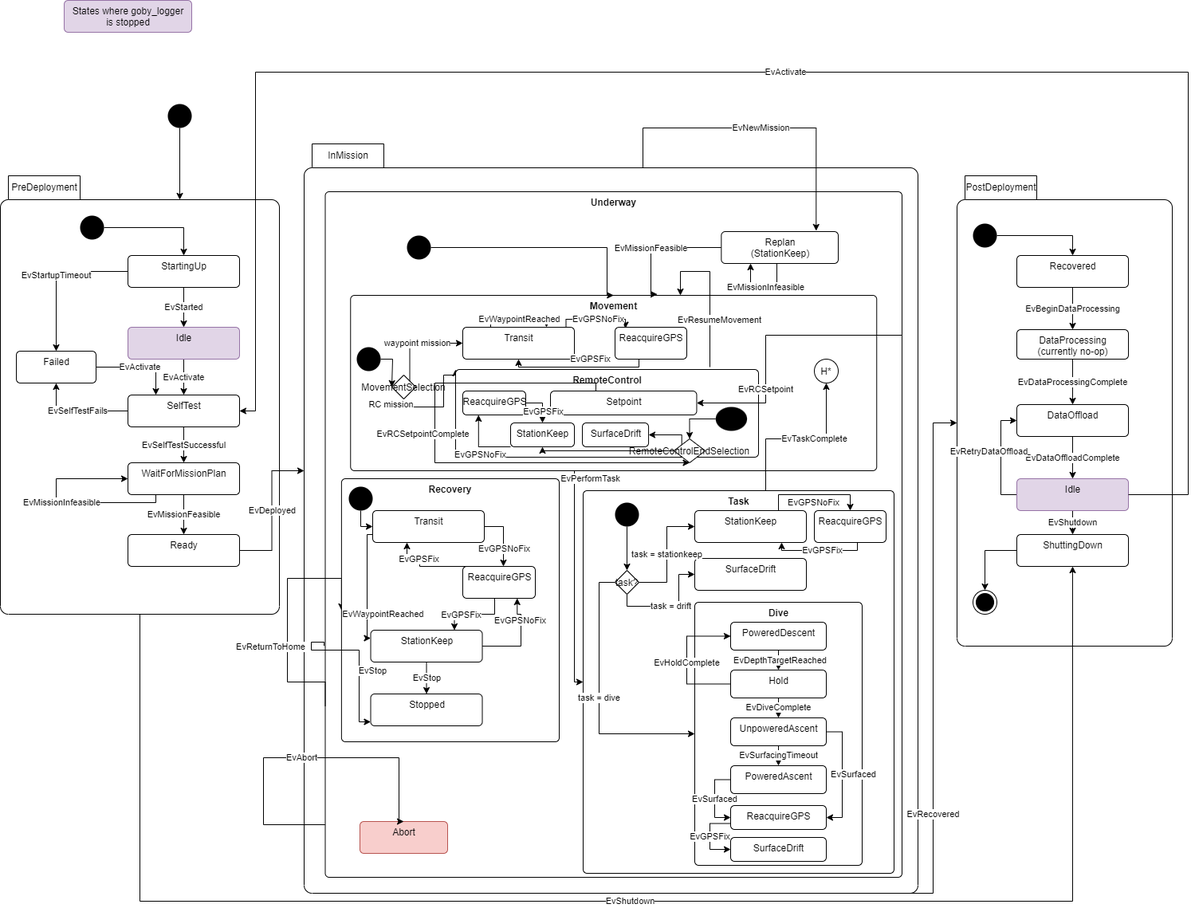
Earlier version of the draw.io export src/doc/figures/mission-states.png (jaiarobotics/jaiabot). Source tidied: cells renumbered, new cells last; positions are measured from the earlier drawing's top-left corner, leaving out a move shared by most shapes.
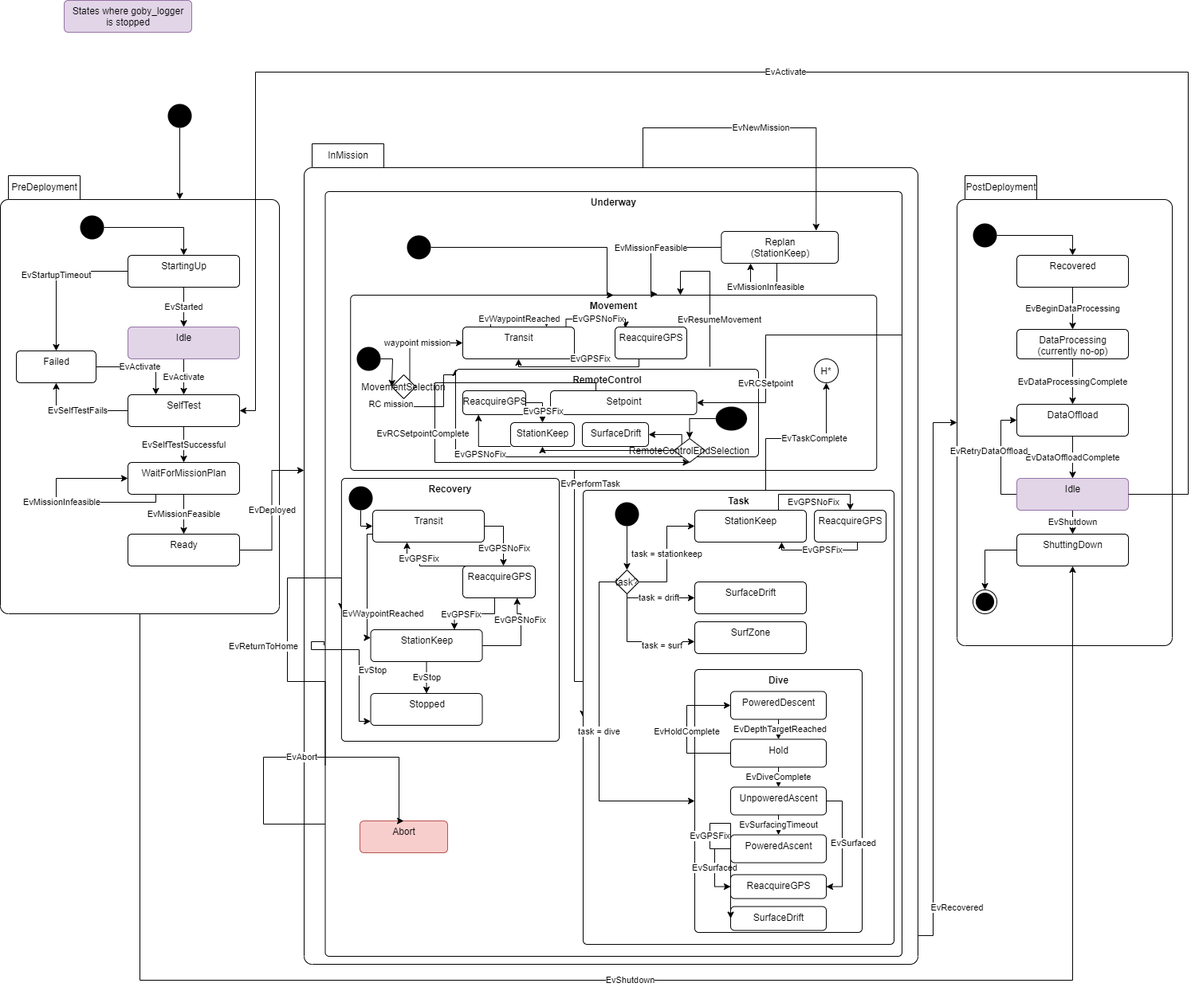
Above is the later version.

Commit message:
Updated mission state figure to include surf zone task

Diff of the diagram source:
```diff
@@ -118,20 +118,21 @@
       <mxGeometry relative="1" as="geometry" />
     </mxCell>
     <mxCell id="36" style="group;" parent="1" vertex="1">
-      <mxGeometry x="401" y="280" width="830" height="840" as="geometry" />
+      <mxGeometry x="401" y="280" width="830" height="930" as="geometry" />
     </mxCell>
     <mxCell id="37" value="InMission" style="shape=folder;align=center;verticalAlign=middle;fontStyle=0;tabWidth=100;tabHeight=30;tabPosition=left;html=1;boundedLbl=1;labelInHeader=1;rounded=1;absoluteArcSize=1;arcSize=10;" parent="36" vertex="1">
-      <mxGeometry x="-20" y="-100" width="770" height="940" as="geometry" />
+      <mxGeometry x="-20" y="-100" width="770" height="1030" as="geometry" />
     </mxCell>
     <mxCell id="38" value="&lt;b&gt;Underway&lt;/b&gt;" style="html=1;align=center;verticalAlign=top;rounded=1;absoluteArcSize=1;arcSize=10;dashed=0;" parent="36" vertex="1">
-      <mxGeometry x="6.5" y="-40" width="723.5" height="860" as="geometry" />
+      <mxGeometry x="6.5" y="-40" width="723.5" height="960" as="geometry" />
     </mxCell>
     <mxCell id="39" value="EvReturnToHome" style="edgeStyle=orthogonalEdgeStyle;rounded=0;jettySize=auto;html=1;entryX=0;entryY=0.5;entryDx=0;entryDy=0;exitX=0;exitY=0.75;exitDx=0;exitDy=0;" parent="36" edge="1" source="38" target="44">
-      <mxGeometry x="-0.23" y="21" relative="1" as="geometry">
+      <mxGeometry x="0.01" y="30" relative="1" as="geometry">
         <Array as="points">
           <mxPoint x="-41" y="575" />
           <mxPoint x="-41" y="445" />
         </Array>
+        <mxPoint y="1" as="offset" />
       </mxGeometry>
     </mxCell>
     <mxCell id="40" value="&lt;b&gt;Movement&lt;/b&gt;" style="html=1;align=center;verticalAlign=top;rounded=1;absoluteArcSize=1;arcSize=10;dashed=0;" parent="36" vertex="1">
@@ -225,19 +226,19 @@
       <mxGeometry x="620" y="170" width="30" height="30" as="geometry" />
     </mxCell>
     <mxCell id="59" style="group;" parent="36" vertex="1">
-      <mxGeometry x="330" y="335" width="390" height="480" as="geometry" />
+      <mxGeometry x="330" y="335" width="390" height="570" as="geometry" />
     </mxCell>
     <mxCell id="60" value="&lt;b&gt;Task&lt;/b&gt;" style="html=1;align=center;verticalAlign=top;rounded=1;absoluteArcSize=1;arcSize=10;dashed=0;" parent="59" vertex="1">
-      <mxGeometry width="390" height="480" as="geometry" />
+      <mxGeometry width="390" height="570" as="geometry" />
     </mxCell>
     <mxCell id="61" value="StationKeep" style="html=1;align=center;verticalAlign=top;rounded=1;absoluteArcSize=1;arcSize=10;dashed=0;" parent="59" vertex="1">
       <mxGeometry x="140" y="25" width="140" height="40" as="geometry" />
     </mxCell>
     <mxCell id="62" value="&lt;b&gt;Dive&lt;/b&gt;" style="html=1;align=center;verticalAlign=top;rounded=1;absoluteArcSize=1;arcSize=10;dashed=0;" parent="59" vertex="1">
-      <mxGeometry x="140" y="140" width="210" height="330" as="geometry" />
+      <mxGeometry x="140" y="225" width="210" height="330" as="geometry" />
     </mxCell>
     <mxCell id="63" value="SurfaceDrift" style="html=1;align=center;verticalAlign=top;rounded=1;absoluteArcSize=1;arcSize=10;dashed=0;" parent="59" vertex="1">
-      <mxGeometry x="140" y="85" width="140" height="40" as="geometry" />
+      <mxGeometry x="140" y="115" width="140" height="40" as="geometry" />
     </mxCell>
     <mxCell id="64" value="task = stationkeep" style="edgeStyle=orthogonalEdgeStyle;rounded=0;jettySize=auto;html=1;entryX=0;entryY=0.5;entryDx=0;entryDy=0;" parent="59" edge="1" source="67" target="61">
       <mxGeometry relative="1" as="geometry">
@@ -250,9 +251,7 @@
     <mxCell id="65" value="task = drift" style="edgeStyle=orthogonalEdgeStyle;rounded=0;jettySize=auto;html=1;entryX=0;entryY=0.5;entryDx=0;entryDy=0;exitX=0.5;exitY=1;exitDx=0;exitDy=0;" parent="59" edge="1" source="67" target="63">
       <mxGeometry relative="1" as="geometry">
         <Array as="points">
-          <mxPoint x="55" y="145" />
-          <mxPoint x="120" y="145" />
-          <mxPoint x="120" y="105" />
+          <mxPoint x="55" y="135" />
         </Array>
       </mxGeometry>
     </mxCell>
@@ -275,7 +274,7 @@
       <mxGeometry x="0.03" y="-1" relative="1" as="geometry" />
     </mxCell>
     <mxCell id="72" value="PoweredDescent" style="html=1;align=center;verticalAlign=top;rounded=1;absoluteArcSize=1;arcSize=10;dashed=0;" parent="59" vertex="1">
-      <mxGeometry x="185" y="165" width="120" height="35" as="geometry" />
+      <mxGeometry x="185" y="252.5" width="120" height="35" as="geometry" />
     </mxCell>
     <mxCell id="73" value="EvDiveComplete" style="edgeStyle=orthogonalEdgeStyle;rounded=0;jettySize=auto;html=1;" parent="59" edge="1" source="75" target="78">
       <mxGeometry relative="1" as="geometry" />
@@ -283,14 +282,14 @@
     <mxCell id="74" value="EvHoldComplete" style="edgeStyle=orthogonalEdgeStyle;rounded=0;jettySize=auto;html=1;entryX=0;entryY=0.5;entryDx=0;entryDy=0;exitX=0;exitY=0.5;exitDx=0;exitDy=0;" parent="59" edge="1" source="75" target="72">
       <mxGeometry x="-0.03" relative="1" as="geometry">
         <Array as="points">
-          <mxPoint x="130" y="243" />
-          <mxPoint x="130" y="183" />
+          <mxPoint x="130" y="330.5" />
+          <mxPoint x="130" y="270.5" />
         </Array>
         <mxPoint y="1" as="offset" />
       </mxGeometry>
     </mxCell>
     <mxCell id="75" value="Hold" style="html=1;align=center;verticalAlign=top;rounded=1;absoluteArcSize=1;arcSize=10;dashed=0;" parent="59" vertex="1">
-      <mxGeometry x="185" y="225" width="120" height="35" as="geometry" />
+      <mxGeometry x="185" y="312.5" width="120" height="35" as="geometry" />
     </mxCell>
     <mxCell id="76" value="EvSurfacingTimeout" style="edgeStyle=orthogonalEdgeStyle;rounded=0;jettySize=auto;html=1;entryX=0.5;entryY=0;entryDx=0;entryDy=0;" parent="59" edge="1" source="78" target="80">
       <mxGeometry relative="1" as="geometry" />
@@ -299,19 +298,19 @@
       <mxGeometry x="-0.02" y="14" relative="1" as="geometry" />
     </mxCell>
     <mxCell id="78" value="UnpoweredAscent" style="html=1;align=center;verticalAlign=top;rounded=1;absoluteArcSize=1;arcSize=10;dashed=0;" parent="59" vertex="1">
-      <mxGeometry x="185" y="285" width="120" height="35" as="geometry" />
+      <mxGeometry x="185" y="372.5" width="120" height="35" as="geometry" />
     </mxCell>
     <mxCell id="79" value="EvSurfaced" style="edgeStyle=orthogonalEdgeStyle;rounded=0;jettySize=auto;html=1;entryX=0;entryY=0.5;entryDx=0;entryDy=0;exitX=0;exitY=0.5;exitDx=0;exitDy=0;" parent="59" edge="1" source="80" target="81">
       <mxGeometry relative="1" as="geometry" />
     </mxCell>
     <mxCell id="80" value="PoweredAscent" style="html=1;align=center;verticalAlign=top;rounded=1;absoluteArcSize=1;arcSize=10;dashed=0;" parent="59" vertex="1">
-      <mxGeometry x="185" y="345" width="120" height="35" as="geometry" />
+      <mxGeometry x="185" y="432.5" width="120" height="35" as="geometry" />
     </mxCell>
     <mxCell id="81" value="ReacquireGPS" style="html=1;align=center;verticalAlign=top;rounded=1;absoluteArcSize=1;arcSize=10;dashed=0;" parent="59" vertex="1">
-      <mxGeometry x="185" y="395" width="120" height="30" as="geometry" />
+      <mxGeometry x="185" y="482.5" width="120" height="30" as="geometry" />
     </mxCell>
     <mxCell id="82" value="SurfaceDrift" style="html=1;align=center;verticalAlign=top;rounded=1;absoluteArcSize=1;arcSize=10;dashed=0;" parent="59" vertex="1">
-      <mxGeometry x="185" y="435" width="120" height="30" as="geometry" />
+      <mxGeometry x="185" y="522.5" width="120" height="30" as="geometry" />
     </mxCell>
     <mxCell id="83" value="EvGPSFix" style="edgeStyle=orthogonalEdgeStyle;rounded=0;jettySize=auto;html=1;entryX=0;entryY=0.5;entryDx=0;entryDy=0;exitX=0;exitY=0.75;exitDx=0;exitDy=0;" parent="59" edge="1" source="81" target="82">
       <mxGeometry relative="1" as="geometry">
@@ -342,6 +341,17 @@
         </Array>
       </mxGeometry>
     </mxCell>
+    <mxCell id="128" value="SurfZone" style="html=1;align=center;verticalAlign=top;rounded=1;absoluteArcSize=1;arcSize=10;dashed=0;" parent="59" vertex="1">
+      <mxGeometry x="140" y="165" width="140" height="40" as="geometry" />
+    </mxCell>
+    <mxCell id="129" value="task = surf" style="edgeStyle=orthogonalEdgeStyle;rounded=0;jettySize=auto;html=1;entryX=0;entryY=0.5;entryDx=0;entryDy=0;exitX=0.5;exitY=1;exitDx=0;exitDy=0;" parent="59" edge="1" source="67">
+      <mxGeometry x="0.43" y="-5" relative="1" as="geometry">
+        <mxPoint x="140" y="190" as="targetPoint" />
+        <Array as="points">
+          <mxPoint x="55" y="190" />
+        </Array>
+      </mxGeometry>
+    </mxCell>
     <mxCell id="87" value="EvNewMission" style="edgeStyle=orthogonalEdgeStyle;rounded=0;jettySize=auto;html=1;exitX=0;exitY=0;exitDx=425;exitDy=30;exitPerimeter=0;entryX=0.811;entryY=-0.025;entryDx=0;entryDy=0;entryPerimeter=0;" parent="36" edge="1" source="37" target="90">
       <mxGeometry relative="1" as="geometry" />
     </mxCell>
@@ -557,11 +567,10 @@
     <mxCell id="123" value="EvDeployed" style="edgeStyle=orthogonalEdgeStyle;rounded=0;jettySize=auto;html=1;entryX=0;entryY=0;entryDx=0;entryDy=410;entryPerimeter=0;" parent="1" edge="1" source="23" target="37">
       <mxGeometry relative="1" as="geometry" />
     </mxCell>
-    <mxCell id="124" value="EvRecovered" style="edgeStyle=orthogonalEdgeStyle;rounded=0;jettySize=auto;html=1;entryX=0;entryY=0;entryDx=0;entryDy=310;exitX=0.475;exitY=1;exitDx=0;exitDy=0;exitPerimeter=0;entryPerimeter=0;" parent="1" edge="1" source="37" target="3">
-      <mxGeometry relative="1" as="geometry">
+    <mxCell id="124" value="EvRecovered" style="edgeStyle=orthogonalEdgeStyle;rounded=0;jettySize=auto;html=1;entryX=0;entryY=0;entryDx=0;entryDy=310;entryPerimeter=0;exitX=1;exitY=0.965;exitDx=0;exitDy=0;exitPerimeter=0;" parent="1" edge="1" source="37" target="3">
+      <mxGeometry x="-0.84" y="-30" relative="1" as="geometry">
         <Array as="points">
-          <mxPoint x="747" y="1120" />
-          <mxPoint x="1170" y="1120" />
+          <mxPoint x="1170" y="1174" />
           <mxPoint x="1170" y="530" />
         </Array>
       </mxGeometry>
@@ -569,8 +578,8 @@
     <mxCell id="125" value="EvShutdown" style="edgeStyle=orthogonalEdgeStyle;rounded=0;jettySize=auto;html=1;entryX=0.5;entryY=1;entryDx=0;entryDy=0;" parent="1" edge="1" source="19" target="10">
       <mxGeometry relative="1" as="geometry">
         <Array as="points">
-          <mxPoint x="175" y="1130" />
-          <mxPoint x="1345" y="1130" />
+          <mxPoint x="175" y="1230" />
+          <mxPoint x="1345" y="1230" />
         </Array>
       </mxGeometry>
     </mxCell>
```
